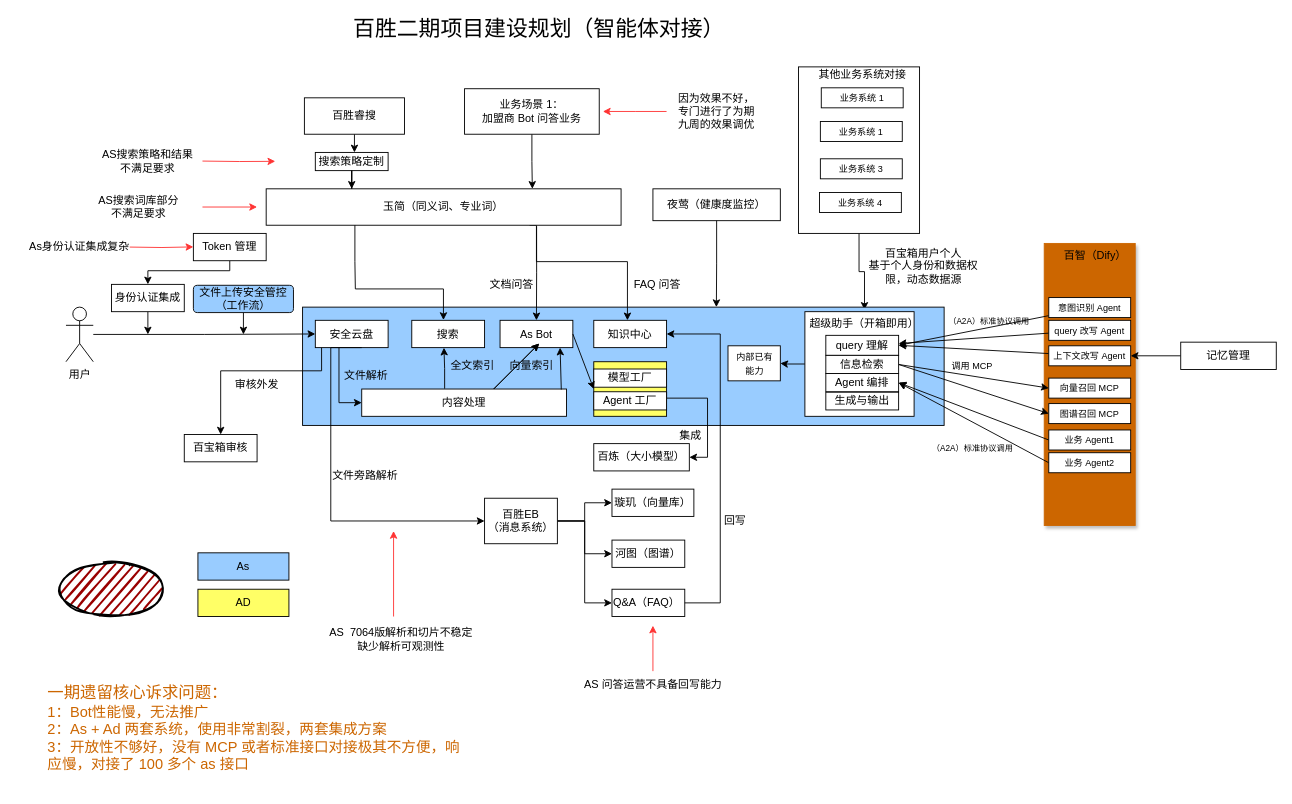
The draw.io diagram 百胜二期建设平台.drawio in redpoppet/drawio_hub, before the edit. Source tidied: cells renumbered, new cells numbered last; positions are measured from the earlier drawing's top-left corner, leaving out a move shared by most shapes. Both pictures are drawn from the tidied source at 91%, with x=0, y=0 at pixel (15, 15).
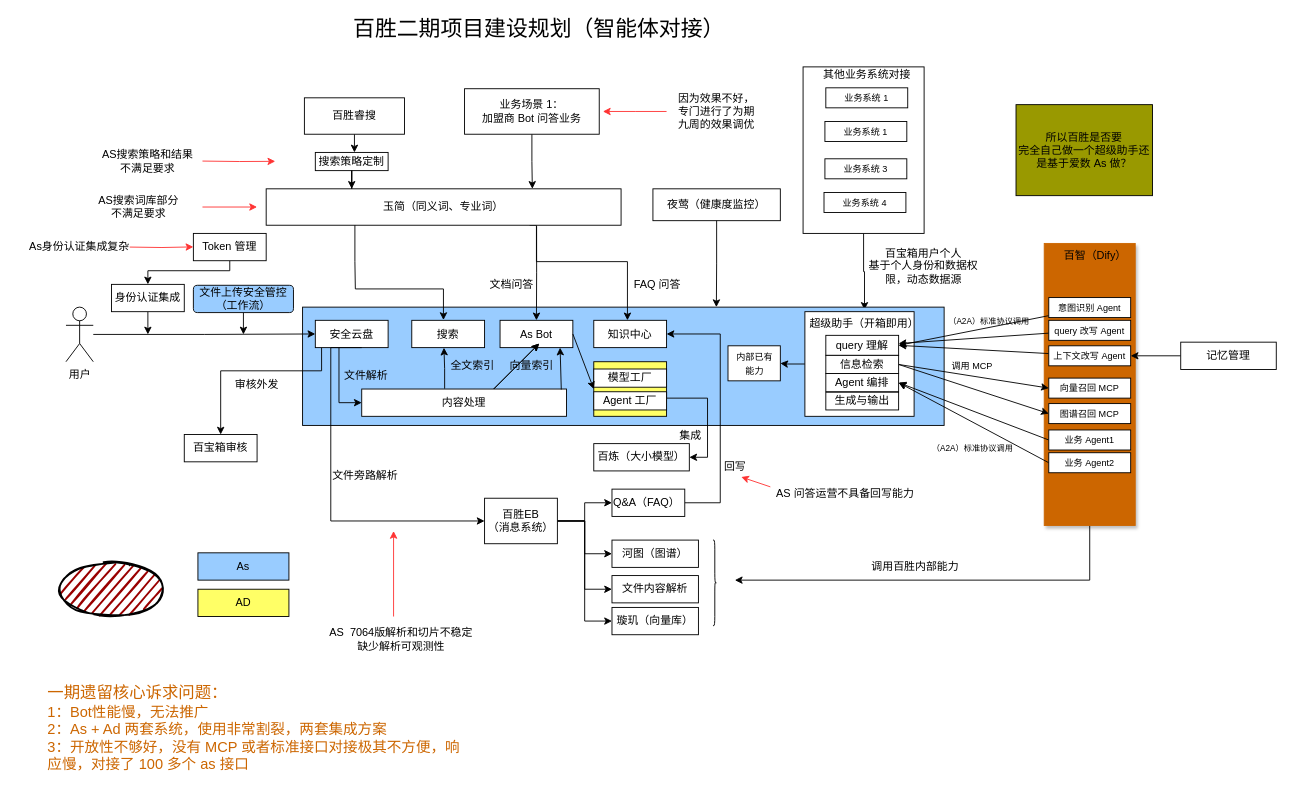
The same diagram, later.

Commit message (it also covers changes not shown here):
更新百胜二期建设平台.drawio

The change refers to these unchanged cells:
```xml
<mxCell id="13" value="百胜EB&lt;div&gt;（消息系统）&lt;/div&gt;" style="rounded=0;whiteSpace=wrap;html=1;" parent="1" vertex="1">
  <mxGeometry x="515" y="530" width="80" height="50" as="geometry" />
</mxCell>
<mxCell id="34" value="知识中心" style="rounded=0;whiteSpace=wrap;html=1;" parent="1" vertex="1">
  <mxGeometry x="635" y="334.5" width="80" height="30" as="geometry" />
</mxCell>
<mxCell id="77" value="&lt;div&gt;&lt;br&gt;&lt;/div&gt;&lt;div&gt;&lt;br&gt;&lt;/div&gt;&lt;div&gt;&lt;br&gt;&lt;/div&gt;&lt;div&gt;&lt;br&gt;&lt;/div&gt;&lt;div&gt;&lt;br&gt;&lt;/div&gt;" style="rounded=0;whiteSpace=wrap;html=1;fillColor=#CC6600;shadow=1;strokeColor=#CC6600;" parent="1" vertex="1">
  <mxGeometry x="1130" y="250" width="100" height="310" as="geometry" />
</mxCell>
```

Change to the diagram source:
```diff
@@
     <mxCell id="3" style="rounded=0;whiteSpace=wrap;html=1;" parent="1" vertex="1">
-      <mxGeometry x="860" y="56" width="133" height="183" as="geometry" />
+      <mxGeometry x="865" y="56" width="133" height="183" as="geometry" />
     </mxCell>
@@
+    <mxCell id="113" style="edgeStyle=orthogonalEdgeStyle;rounded=0;jettySize=auto;html=1;entryX=0;entryY=0.5;entryDx=0;entryDy=0;" parent="1" edge="1" source="13" target="115">
+      <mxGeometry relative="1" as="geometry" />
+    </mxCell>
@@
     <mxCell id="14" value="璇玑（向量库）" style="rounded=0;whiteSpace=wrap;html=1;" parent="1" vertex="1">
-      <mxGeometry x="655" y="520" width="90" height="30" as="geometry" />
+      <mxGeometry x="655" y="650" width="95" height="30" as="geometry" />
     </mxCell>
     <mxCell id="15" value="河图（图谱）" style="rounded=0;whiteSpace=wrap;html=1;" parent="1" vertex="1">
-      <mxGeometry x="655" y="576" width="80" height="30" as="geometry" />
+      <mxGeometry x="655" y="576" width="95" height="30" as="geometry" />
     </mxCell>
-    <mxCell id="16" style="edgeStyle=orthogonalEdgeStyle;rounded=0;jettySize=auto;html=1;entryX=1;entryY=0.5;entryDx=0;entryDy=0;exitX=1;exitY=0.5;exitDx=0;exitDy=0;" parent="1" edge="1" target="34">
+    <mxCell id="16" style="edgeStyle=orthogonalEdgeStyle;rounded=0;jettySize=auto;html=1;entryX=1;entryY=0.5;entryDx=0;entryDy=0;exitX=1;exitY=0.5;exitDx=0;exitDy=0;" parent="1" edge="1" source="17" target="34">
       <mxGeometry relative="1" as="geometry">
-        <mxPoint x="714" y="645" as="sourcePoint" />
         <Array as="points">
-          <mxPoint x="774" y="645" />
+          <mxPoint x="774" y="535" />
           <mxPoint x="774" y="350" />
         </Array>
       </mxGeometry>
     </mxCell>
     <mxCell id="17" value="Q&amp;amp;A（FAQ）&amp;nbsp;" style="rounded=0;whiteSpace=wrap;html=1;" parent="1" vertex="1">
-      <mxGeometry x="655" y="630" width="80" height="30" as="geometry" />
+      <mxGeometry x="655" y="520" width="80" height="30" as="geometry" />
     </mxCell>
@@
     <mxCell id="37" value="回写" style="text;html=1;whiteSpace=wrap;strokeColor=none;fillColor=none;align=center;verticalAlign=middle;rounded=0;" parent="1" vertex="1">
-      <mxGeometry x="766" y="540" width="49" height="30" as="geometry" />
+      <mxGeometry x="766" y="480" width="49" height="30" as="geometry" />
     </mxCell>
@@
     <mxCell id="61" value="AS 问答运营不具备回写能力" style="text;html=1;whiteSpace=wrap;strokeColor=none;fillColor=none;align=center;verticalAlign=middle;rounded=0;" parent="1" vertex="1">
-      <mxGeometry x="617.5" y="720" width="165" height="30" as="geometry" />
+      <mxGeometry x="829" y="510" width="165" height="30" as="geometry" />
     </mxCell>
-    <mxCell id="62" style="endArrow=classic;html=1;rounded=0;exitX=0.5;exitY=0;exitDx=0;exitDy=0;strokeColor=#FF3333;" parent="1" edge="1" source="61">
-      <mxGeometry relative="1" as="geometry">
-        <mxPoint x="700" y="670" as="targetPoint" />
-      </mxGeometry>
+    <mxCell id="62" style="endArrow=classic;html=1;rounded=0;exitX=0;exitY=0.25;exitDx=0;exitDy=0;strokeColor=#FF3333;entryX=0.633;entryY=0.889;entryDx=0;entryDy=0;entryPerimeter=0;" parent="1" edge="1" source="61" target="37">
+      <mxGeometry relative="1" as="geometry" />
     </mxCell>
@@
+    <mxCell id="114" style="edgeStyle=orthogonalEdgeStyle;rounded=0;jettySize=auto;html=1;" parent="1" edge="1" source="77">
+      <mxGeometry relative="1" as="geometry">
+        <mxPoint x="790" y="620" as="targetPoint" />
+        <Array as="points">
+          <mxPoint x="1180" y="620" />
+        </Array>
+      </mxGeometry>
+    </mxCell>
@@
     <mxCell id="103" value="&lt;font style=&quot;font-size: 10px;&quot;&gt;业务系统 1&lt;/font&gt;" style="rounded=0;whiteSpace=wrap;html=1;" parent="1" vertex="1">
-      <mxGeometry x="885" y="79" width="90" height="22" as="geometry" />
+      <mxGeometry x="890" y="79" width="90" height="22" as="geometry" />
     </mxCell>
     <mxCell id="104" value="&lt;font style=&quot;font-size: 10px;&quot;&gt;业务系统 1&lt;/font&gt;" style="rounded=0;whiteSpace=wrap;html=1;" parent="1" vertex="1">
-      <mxGeometry x="884" y="116" width="90" height="22" as="geometry" />
+      <mxGeometry x="889" y="116" width="90" height="22" as="geometry" />
     </mxCell>
     <mxCell id="105" value="&lt;font style=&quot;font-size: 10px;&quot;&gt;业务系统 3&lt;/font&gt;" style="rounded=0;whiteSpace=wrap;html=1;" parent="1" vertex="1">
-      <mxGeometry x="884" y="157" width="90" height="22" as="geometry" />
+      <mxGeometry x="889" y="157" width="90" height="22" as="geometry" />
     </mxCell>
     <mxCell id="106" value="&lt;font style=&quot;font-size: 10px;&quot;&gt;业务系统 4&lt;/font&gt;" style="rounded=0;whiteSpace=wrap;html=1;" parent="1" vertex="1">
-      <mxGeometry x="883" y="194" width="90" height="22" as="geometry" />
+      <mxGeometry x="888" y="194" width="90" height="22" as="geometry" />
     </mxCell>
@@
     <mxCell id="108" value="其他业务系统对接" style="text;html=1;whiteSpace=wrap;strokeColor=none;fillColor=none;align=center;verticalAlign=middle;rounded=0;" parent="1" vertex="1">
-      <mxGeometry x="874" y="50" width="113" height="30" as="geometry" />
+      <mxGeometry x="879" y="50" width="113" height="30" as="geometry" />
     </mxCell>
@@
+    <mxCell id="115" value="文件内容解析" style="rounded=0;whiteSpace=wrap;html=1;" parent="1" vertex="1">
+      <mxGeometry x="655" y="615" width="95" height="30" as="geometry" />
+    </mxCell>
+    <mxCell id="116" style="shape=curlyBracket;whiteSpace=wrap;html=1;rounded=1;flipH=1;labelPosition=right;verticalLabelPosition=middle;align=left;verticalAlign=middle;legacyAnchorPoints=0;" parent="1" vertex="1">
+      <mxGeometry x="766" y="576" width="4" height="94" as="geometry" />
+    </mxCell>
+    <mxCell id="117" value="调用百胜内部能力" style="text;html=1;whiteSpace=wrap;strokeColor=none;fillColor=none;align=center;verticalAlign=middle;rounded=0;" parent="1" vertex="1">
+      <mxGeometry x="930" y="590" width="117" height="30" as="geometry" />
+    </mxCell>
+    <mxCell id="118" value="所以百胜是否要&lt;div&gt;完全自己做一个超级助手还是基于爱数 As 做？&lt;/div&gt;" style="rounded=0;whiteSpace=wrap;html=1;fillColor=#999900;" parent="1" vertex="1">
+      <mxGeometry x="1099" y="97.5" width="150" height="100" as="geometry" />
+    </mxCell>
```
